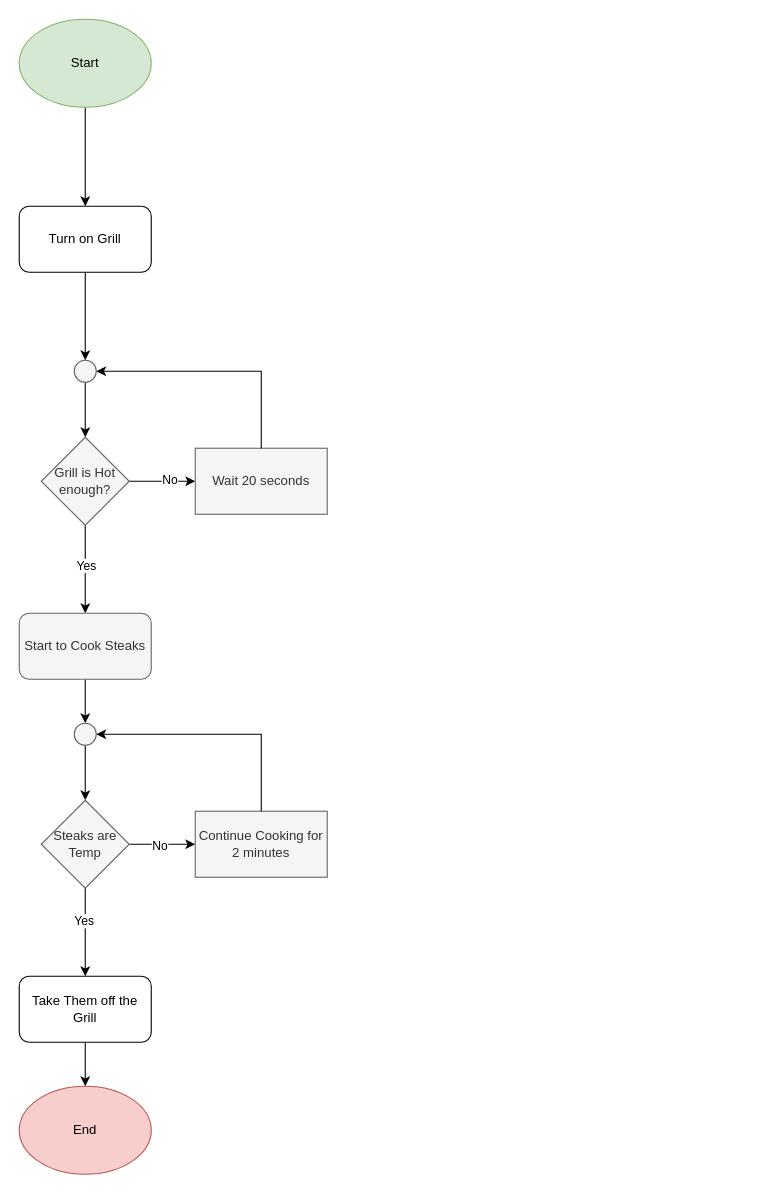
This is Loop Process Diagram.drawio from matkiai/me_and_myself, a draw.io file, before an edit. Source tidied: cells renumbered, new cells numbered last; positions are measured from the earlier drawing's top-left corner, leaving out a move shared by most shapes. Both pictures are drawn from the tidied source at 110%, with x=0, y=0 at pixel (19, 19).
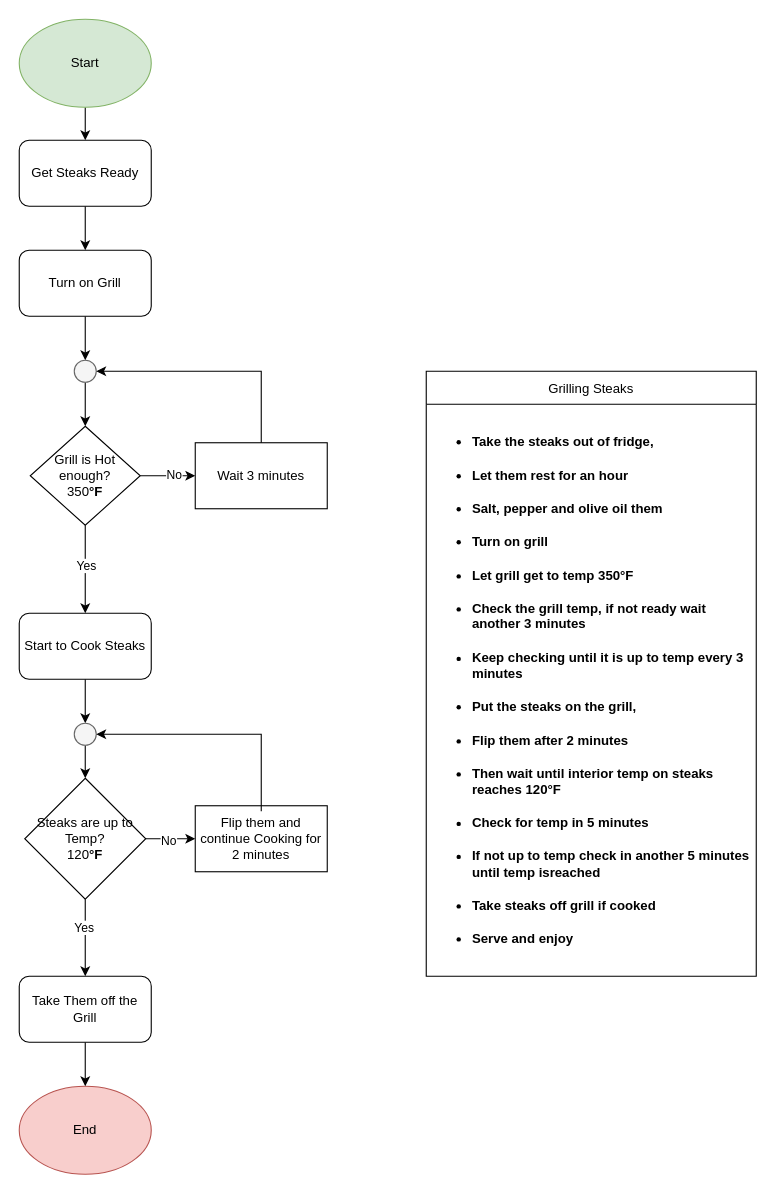
The same diagram, later.

Unchanged cells that the change refers to:
```xml
<mxCell id="3" value="Start" style="ellipse;whiteSpace=wrap;html=1;fillColor=#d5e8d4;strokeColor=#82b366;" parent="1" vertex="1">
  <mxGeometry width="120" height="80" as="geometry" />
</mxCell>
```

Diff of the diagram source:
```diff
@@
-    <mxCell id="2" style="edgeStyle=orthogonalEdgeStyle;rounded=0;jettySize=auto;html=1;" parent="1" edge="1" source="3" target="16">
-      <mxGeometry relative="1" as="geometry" />
-    </mxCell>
+    <mxCell id="29" style="edgeStyle=orthogonalEdgeStyle;rounded=0;jettySize=auto;html=1;" parent="1" edge="1" source="3" target="34">
+      <mxGeometry relative="1" as="geometry" />
+    </mxCell>
@@
-    <mxCell id="10" value="Grill is Hot enough?" style="rhombus;whiteSpace=wrap;html=1;fillColor=#f5f5f5;strokeColor=#666666;fontColor=#333333;" parent="1" vertex="1">
-      <mxGeometry x="20" y="380" width="80" height="80" as="geometry" />
+    <mxCell id="10" value="&lt;div&gt;Grill is Hot enough?&lt;/div&gt;&lt;div&gt;350&lt;b&gt;°F&lt;/b&gt;&lt;/div&gt;" style="rhombus;whiteSpace=wrap;html=1;" parent="1" vertex="1">
+      <mxGeometry x="10" y="370" width="100" height="90" as="geometry" />
     </mxCell>
@@
-    <mxCell id="12" value="Start to Cook Steaks" style="rounded=1;whiteSpace=wrap;html=1;fillColor=#f5f5f5;strokeColor=#666666;fontColor=#333333;" parent="1" vertex="1">
+    <mxCell id="12" value="Start to Cook Steaks" style="rounded=1;whiteSpace=wrap;html=1;" parent="1" vertex="1">
       <mxGeometry y="540" width="120" height="60" as="geometry" />
     </mxCell>
-    <mxCell id="13" value="Wait 20 seconds" style="whiteSpace=wrap;html=1;fillColor=#f5f5f5;strokeColor=#666666;fontColor=#333333;" parent="1" vertex="1">
-      <mxGeometry x="160" y="390" width="120" height="60" as="geometry" />
+    <mxCell id="13" value="Wait 3 minutes" style="whiteSpace=wrap;html=1;" parent="1" vertex="1">
+      <mxGeometry x="160" y="385" width="120" height="60" as="geometry" />
     </mxCell>
@@
     <mxCell id="16" value="Turn on Grill" style="rounded=1;whiteSpace=wrap;html=1;" parent="1" vertex="1">
-      <mxGeometry y="170" width="120" height="60" as="geometry" />
+      <mxGeometry y="210" width="120" height="60" as="geometry" />
     </mxCell>
@@
-    <mxCell id="23" value="Steaks are Temp" style="rhombus;whiteSpace=wrap;html=1;fillColor=#f5f5f5;strokeColor=#666666;fontColor=#333333;" parent="1" vertex="1">
-      <mxGeometry x="20" y="710" width="80" height="80" as="geometry" />
+    <mxCell id="23" value="&lt;div&gt;Steaks are up to Temp?&lt;/div&gt;&lt;div&gt;120&lt;b&gt;°F&lt;/b&gt;&lt;/div&gt;" style="rhombus;whiteSpace=wrap;html=1;" parent="1" vertex="1">
+      <mxGeometry x="5" y="690" width="110" height="110" as="geometry" />
     </mxCell>
-    <mxCell id="24" value="Continue Cooking for 2 minutes " style="whiteSpace=wrap;html=1;fillColor=#f5f5f5;strokeColor=#666666;fontColor=#333333;" parent="1" vertex="1">
-      <mxGeometry x="160" y="720" width="120" height="60" as="geometry" />
+    <mxCell id="24" value="Flip them and continue Cooking for 2 minutes " style="whiteSpace=wrap;html=1;" parent="1" vertex="1">
+      <mxGeometry x="160" y="715" width="120" height="60" as="geometry" />
     </mxCell>
@@
+    <mxCell id="30" value="Grilling Steaks" style="shape=table;startSize=30;childLayout=tableLayout;" parent="1" vertex="1">
+      <mxGeometry x="370" y="320" width="300" height="550" as="geometry" />
+    </mxCell>
+    <mxCell id="31" style="shape=tableRow;horizontal=0;startSize=0;swimlaneHead=0;swimlaneBody=0;strokeColor=inherit;top=0;left=0;bottom=0;right=0;fillColor=none;" parent="30" vertex="1">
+      <mxGeometry y="30" width="300" height="520" as="geometry" />
+    </mxCell>
+    <mxCell id="32" value="&lt;ul&gt;&lt;li align=&quot;left&quot;&gt;&lt;h4&gt;Take the steaks out of fridge,&lt;/h4&gt;&lt;/li&gt;&lt;li align=&quot;left&quot;&gt;&lt;h4&gt;Let them rest for an hour &lt;/h4&gt;&lt;/li&gt;&lt;li align=&quot;left&quot;&gt;&lt;h4&gt;Salt, pepper and olive oil them&lt;/h4&gt;&lt;/li&gt;&lt;li align=&quot;left&quot;&gt;&lt;h4&gt;Turn on grill&lt;/h4&gt;&lt;/li&gt;&lt;li align=&quot;left&quot;&gt;&lt;h4&gt;Let grill get to temp 350&lt;b&gt;°F&lt;/b&gt;&lt;/h4&gt;&lt;/li&gt;&lt;li align=&quot;left&quot;&gt;&lt;h4&gt;Check the grill temp, if not ready wait another 3 minutes&lt;/h4&gt;&lt;/li&gt;&lt;li align=&quot;left&quot;&gt;&lt;h4&gt;Keep checking until it is up to temp every 3 minutes&lt;/h4&gt;&lt;/li&gt;&lt;li align=&quot;left&quot;&gt;&lt;h4&gt;Put the steaks on the grill,&lt;/h4&gt;&lt;/li&gt;&lt;li align=&quot;left&quot;&gt;&lt;h4&gt;Flip them after 2 minutes&lt;/h4&gt;&lt;/li&gt;&lt;li align=&quot;left&quot;&gt;&lt;h4&gt;Then wait until interior temp on steaks reaches 120&lt;b&gt;°F&lt;/b&gt;&lt;/h4&gt;&lt;/li&gt;&lt;li align=&quot;left&quot;&gt;&lt;h4&gt;Check for temp in 5 minutes&lt;/h4&gt;&lt;/li&gt;&lt;li align=&quot;left&quot;&gt;&lt;h4&gt;If not up to temp check in another 5 minutes until temp isreached&lt;/h4&gt;&lt;/li&gt;&lt;li align=&quot;left&quot;&gt;&lt;h4&gt;Take steaks off grill if cooked&lt;/h4&gt;&lt;/li&gt;&lt;li align=&quot;left&quot;&gt;&lt;h4&gt;Serve and enjoy&lt;/h4&gt;&lt;/li&gt;&lt;/ul&gt;" style="shape=partialRectangle;html=1;whiteSpace=wrap;strokeColor=inherit;overflow=hidden;fillColor=none;top=0;left=0;bottom=0;right=0;align=left;" parent="31" vertex="1">
+      <mxGeometry width="300" height="520" as="geometry" />
+    </mxCell>
+    <mxCell id="33" style="edgeStyle=orthogonalEdgeStyle;rounded=0;jettySize=auto;html=1;" parent="1" edge="1" source="34" target="16">
+      <mxGeometry relative="1" as="geometry" />
+    </mxCell>
+    <mxCell id="34" value="Get Steaks Ready" style="rounded=1;whiteSpace=wrap;html=1;" parent="1" vertex="1">
+      <mxGeometry y="110" width="120" height="60" as="geometry" />
+    </mxCell>
```
